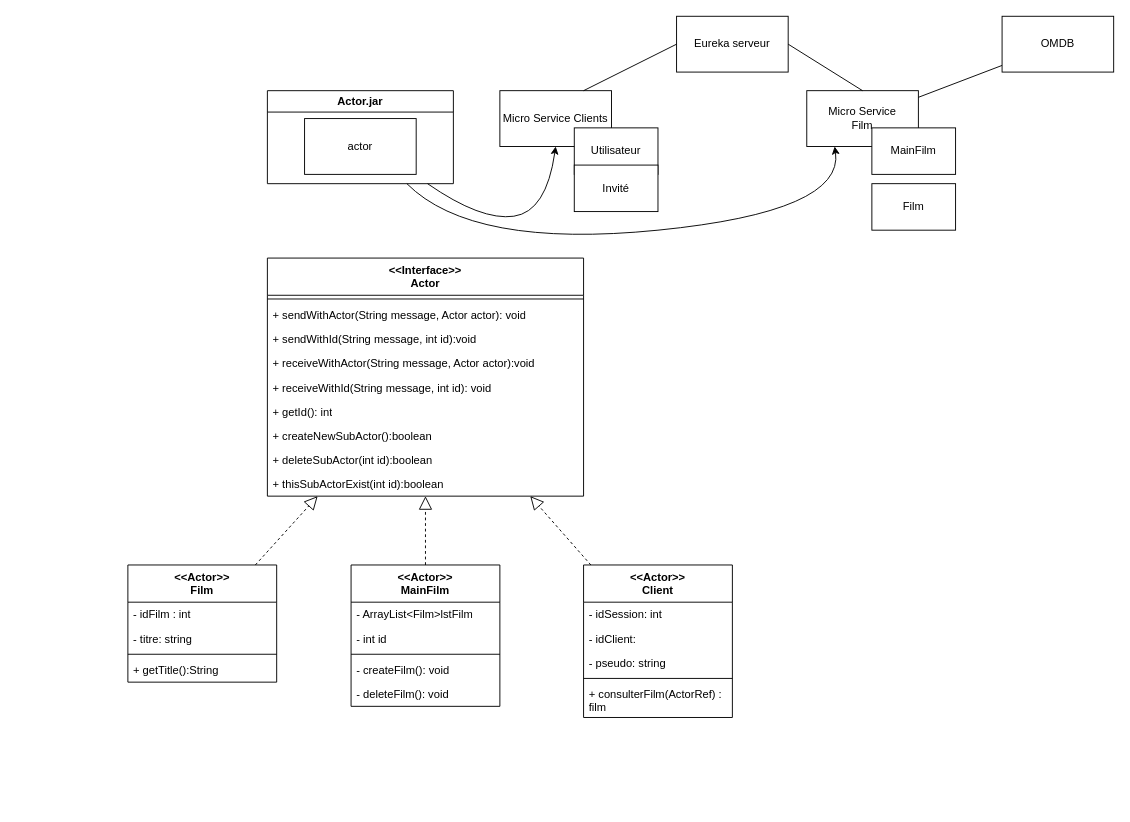
Earlier version of the draw.io diagram documents/structure.drawio (Elgoogko/ProjetJEE). Source tidied: cells renumbered, new cells numbered last; positions are measured from the earlier drawing's top-left corner, leaving out a move shared by most shapes. Both pictures are drawn from the tidied source at 93%, with x=0, y=0 at pixel (127, 16).
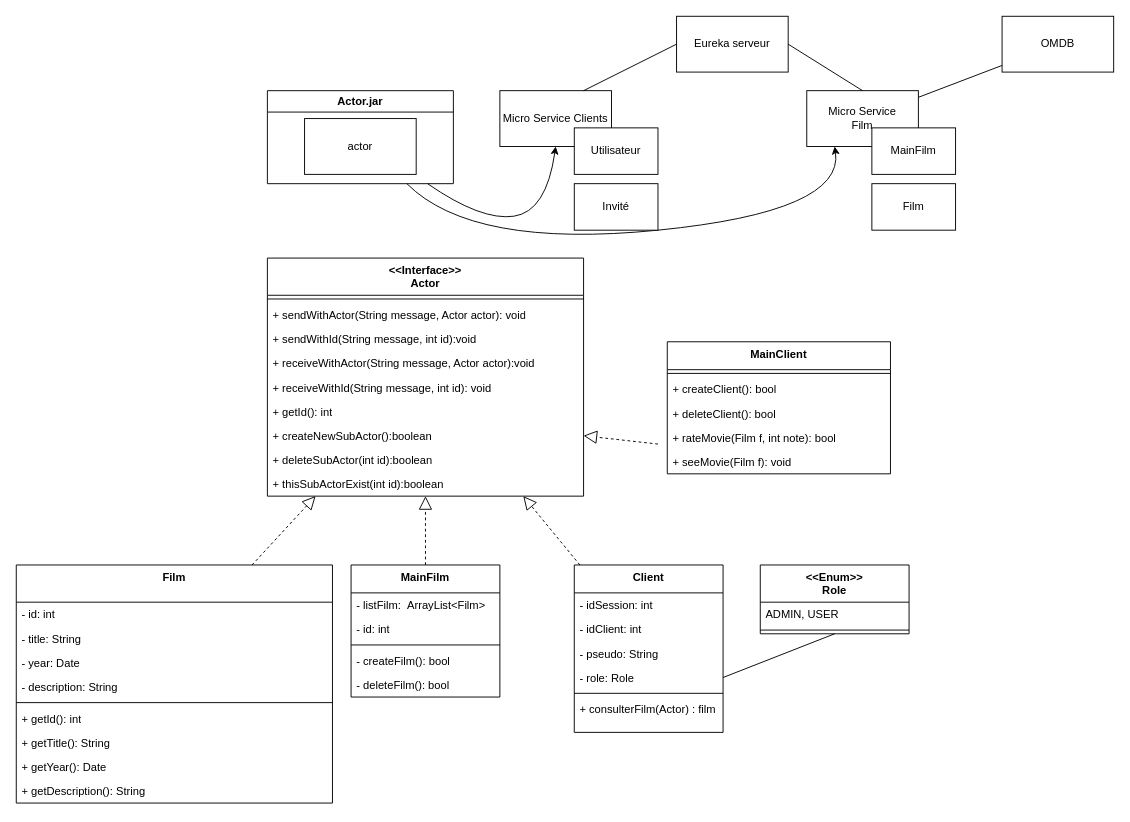
The same diagram, later.

Unchanged cells that the change refers to:
```xml
<mxCell id="13" value="&lt;div&gt;&amp;lt;&amp;lt;Interface&amp;gt;&amp;gt;&lt;/div&gt;Actor" style="swimlane;fontStyle=1;align=center;verticalAlign=top;horizontal=1;startSize=40;whiteSpace=wrap;html=1;" parent="1" vertex="1">
  <mxGeometry x="150" y="260" width="340" height="256" as="geometry" />
</mxCell>
<mxCell id="20" value="+ createNewSubActor():boolean" style="text;strokeColor=none;fillColor=none;align=left;verticalAlign=top;spacingLeft=4;spacingRight=4;overflow=hidden;points=[[0,0.5],[1,0.5]];portConstraint=eastwest;whiteSpace=wrap;html=1;" parent="13" vertex="1">
  <mxGeometry y="178" width="340" height="26" as="geometry" />
</mxCell>
```

What changed in the source:
```diff
@@
-    <mxCell id="19" value="+ getId(): int" style="text;strokeColor=none;fillColor=none;align=left;verticalAlign=top;spacingLeft=4;spacingRight=4;overflow=hidden;whiteSpace=wrap;html=1;" parent="13" vertex="1">
-      <mxGeometry y="152" width="340" height="26" as="geometry" />
-    </mxCell>
+    <mxCell id="47" value="+ getId(): int" style="text;strokeColor=none;fillColor=none;align=left;verticalAlign=top;spacingLeft=4;spacingRight=4;overflow=hidden;whiteSpace=wrap;html=1;" parent="13" vertex="1">
+      <mxGeometry y="152" width="340" height="26" as="geometry" />
+    </mxCell>
@@
-    <mxCell id="23" value="&lt;div&gt;&amp;lt;&amp;lt;Actor&amp;gt;&amp;gt;&lt;/div&gt;Client" style="swimlane;fontStyle=1;align=center;verticalAlign=top;horizontal=1;startSize=40;whiteSpace=wrap;html=1;" parent="1" vertex="1">
-      <mxGeometry x="490" y="590" width="160" height="164" as="geometry" />
-    </mxCell>
+    <mxCell id="48" value="&lt;div&gt;&lt;span style=&quot;background-color: transparent; color: light-dark(rgb(0, 0, 0), rgb(255, 255, 255));&quot;&gt;Client&lt;/span&gt;&lt;/div&gt;" style="swimlane;fontStyle=1;align=center;verticalAlign=top;horizontal=1;startSize=30;whiteSpace=wrap;html=1;" parent="1" vertex="1">
+      <mxGeometry x="480" y="590" width="160" height="180" as="geometry" />
+    </mxCell>
-    <mxCell id="24" value="- idSession: int" style="text;strokeColor=none;fillColor=none;align=left;verticalAlign=top;spacingLeft=4;spacingRight=4;overflow=hidden;whiteSpace=wrap;html=1;" parent="23" vertex="1">
-      <mxGeometry y="40" width="160" height="26" as="geometry" />
+    <mxCell id="24" value="- idSession: int" style="text;strokeColor=none;fillColor=none;align=left;verticalAlign=top;spacingLeft=4;spacingRight=4;overflow=hidden;whiteSpace=wrap;html=1;" parent="48" vertex="1">
+      <mxGeometry y="30" width="160" height="26" as="geometry" />
     </mxCell>
-    <mxCell id="25" value="- idClient:&amp;nbsp;" style="text;strokeColor=none;fillColor=none;align=left;verticalAlign=top;spacingLeft=4;spacingRight=4;overflow=hidden;whiteSpace=wrap;html=1;" parent="23" vertex="1">
-      <mxGeometry y="66" width="160" height="26" as="geometry" />
-    </mxCell>
-    <mxCell id="26" value="- pseudo: string" style="text;strokeColor=none;fillColor=none;align=left;verticalAlign=top;spacingLeft=4;spacingRight=4;overflow=hidden;whiteSpace=wrap;html=1;" parent="23" vertex="1">
-      <mxGeometry y="92" width="160" height="26" as="geometry" />
-    </mxCell>
-    <mxCell id="27" style="line;strokeWidth=1;fillColor=none;align=left;verticalAlign=middle;spacingTop=-1;spacingLeft=3;spacingRight=3;labelPosition=right;strokeColor=inherit;" parent="23" vertex="1">
-      <mxGeometry y="118" width="160" height="8" as="geometry" />
-    </mxCell>
-    <mxCell id="28" value="+ consulterFilm(ActorRef) : film" style="text;strokeColor=none;fillColor=none;align=left;verticalAlign=top;spacingLeft=4;spacingRight=4;overflow=hidden;whiteSpace=wrap;html=1;" parent="23" vertex="1">
-      <mxGeometry y="126" width="160" height="38" as="geometry" />
-    </mxCell>
-    <mxCell id="29" style="endArrow=block;dashed=1;endFill=0;endSize=12;html=1;" parent="1" edge="1" source="23" target="13">
-      <mxGeometry relative="1" as="geometry" />
-    </mxCell>
-    <mxCell id="30" value="&lt;div&gt;&amp;lt;&amp;lt;Actor&amp;gt;&amp;gt;&lt;/div&gt;MainFilm" style="swimlane;fontStyle=1;align=center;verticalAlign=top;horizontal=1;startSize=40;whiteSpace=wrap;html=1;" parent="1" vertex="1">
-      <mxGeometry x="240" y="590" width="160" height="152" as="geometry" />
-    </mxCell>
-    <mxCell id="31" value="- ArrayList&amp;lt;Film&amp;gt;lstFilm" style="text;strokeColor=none;fillColor=none;align=left;verticalAlign=top;spacingLeft=4;spacingRight=4;overflow=hidden;whiteSpace=wrap;html=1;" parent="30" vertex="1">
-      <mxGeometry y="40" width="160" height="26" as="geometry" />
-    </mxCell>
-    <mxCell id="32" value="- int id" style="text;strokeColor=none;fillColor=none;align=left;verticalAlign=top;spacingLeft=4;spacingRight=4;overflow=hidden;whiteSpace=wrap;html=1;" parent="30" vertex="1">
-      <mxGeometry y="66" width="160" height="26" as="geometry" />
-    </mxCell>
-    <mxCell id="33" style="line;strokeWidth=1;fillColor=none;align=left;verticalAlign=middle;spacingTop=-1;spacingLeft=3;spacingRight=3;labelPosition=right;strokeColor=inherit;" parent="30" vertex="1">
-      <mxGeometry y="92" width="160" height="8" as="geometry" />
-    </mxCell>
-    <mxCell id="34" value="- createFilm(): void" style="text;strokeColor=none;fillColor=none;align=left;verticalAlign=top;spacingLeft=4;spacingRight=4;overflow=hidden;whiteSpace=wrap;html=1;" parent="30" vertex="1">
-      <mxGeometry y="100" width="160" height="26" as="geometry" />
-    </mxCell>
-    <mxCell id="35" value="- deleteFilm(): void" style="text;strokeColor=none;fillColor=none;align=left;verticalAlign=top;spacingLeft=4;spacingRight=4;overflow=hidden;whiteSpace=wrap;html=1;" parent="30" vertex="1">
-      <mxGeometry y="126" width="160" height="26" as="geometry" />
-    </mxCell>
-    <mxCell id="36" style="endArrow=block;dashed=1;endFill=0;endSize=12;html=1;" parent="1" edge="1" source="30" target="13">
-      <mxGeometry relative="1" as="geometry" />
-    </mxCell>
-    <mxCell id="37" value="&lt;div&gt;&amp;lt;&amp;lt;Actor&amp;gt;&amp;gt;&lt;/div&gt;Film" style="swimlane;fontStyle=1;align=center;verticalAlign=top;horizontal=1;startSize=40;whiteSpace=wrap;html=1;" parent="1" vertex="1">
-      <mxGeometry y="590" width="160" height="126" as="geometry" />
-    </mxCell>
-    <mxCell id="38" value="- idFilm : int" style="text;strokeColor=none;fillColor=none;align=left;verticalAlign=top;spacingLeft=4;spacingRight=4;overflow=hidden;whiteSpace=wrap;html=1;" parent="37" vertex="1">
-      <mxGeometry y="40" width="160" height="26" as="geometry" />
-    </mxCell>
-    <mxCell id="39" value="- titre: string" style="text;strokeColor=none;fillColor=none;align=left;verticalAlign=top;spacingLeft=4;spacingRight=4;overflow=hidden;whiteSpace=wrap;html=1;" parent="37" vertex="1">
-      <mxGeometry y="66" width="160" height="26" as="geometry" />
-    </mxCell>
-    <mxCell id="40" style="line;strokeWidth=1;fillColor=none;align=left;verticalAlign=middle;spacingTop=-1;spacingLeft=3;spacingRight=3;labelPosition=right;strokeColor=inherit;" parent="37" vertex="1">
-      <mxGeometry y="92" width="160" height="8" as="geometry" />
-    </mxCell>
-    <mxCell id="41" value="+ getTitle():String" style="text;strokeColor=none;fillColor=none;align=left;verticalAlign=top;spacingLeft=4;spacingRight=4;overflow=hidden;whiteSpace=wrap;html=1;" parent="37" vertex="1">
-      <mxGeometry y="100" width="160" height="26" as="geometry" />
-    </mxCell>
-    <mxCell id="42" style="endArrow=block;dashed=1;endFill=0;endSize=12;html=1;" parent="1" edge="1" source="37" target="13">
-      <mxGeometry relative="1" as="geometry" />
-    </mxCell>
+    <mxCell id="49" value="- idClient: int" style="text;strokeColor=none;fillColor=none;align=left;verticalAlign=top;spacingLeft=4;spacingRight=4;overflow=hidden;whiteSpace=wrap;html=1;" parent="48" vertex="1">
+      <mxGeometry y="56" width="160" height="26" as="geometry" />
+    </mxCell>
+    <mxCell id="50" value="- pseudo: String" style="text;strokeColor=none;fillColor=none;align=left;verticalAlign=top;spacingLeft=4;spacingRight=4;overflow=hidden;whiteSpace=wrap;html=1;" parent="48" vertex="1">
+      <mxGeometry y="82" width="160" height="26" as="geometry" />
+    </mxCell>
+    <mxCell id="51" value="- role: Role" style="text;strokeColor=none;fillColor=none;align=left;verticalAlign=top;spacingLeft=4;spacingRight=4;overflow=hidden;points=[[0,0.5],[1,0.5]];portConstraint=eastwest;whiteSpace=wrap;html=1;" parent="48" vertex="1">
+      <mxGeometry y="108" width="160" height="26" as="geometry" />
+    </mxCell>
+    <mxCell id="52" style="line;strokeWidth=1;fillColor=none;align=left;verticalAlign=middle;spacingTop=-1;spacingLeft=3;spacingRight=3;labelPosition=right;strokeColor=inherit;" parent="48" vertex="1">
+      <mxGeometry y="134" width="160" height="8" as="geometry" />
+    </mxCell>
+    <mxCell id="53" value="+ consulterFilm(Actor) : film" style="text;strokeColor=none;fillColor=none;align=left;verticalAlign=top;spacingLeft=4;spacingRight=4;overflow=hidden;whiteSpace=wrap;html=1;" parent="48" vertex="1">
+      <mxGeometry y="142" width="160" height="38" as="geometry" />
+    </mxCell>
+    <mxCell id="54" style="endArrow=block;dashed=1;endFill=0;endSize=12;html=1;" parent="1" edge="1" source="48" target="13">
+      <mxGeometry relative="1" as="geometry" />
+    </mxCell>
+    <mxCell id="55" value="&lt;div&gt;&lt;span style=&quot;background-color: transparent; color: light-dark(rgb(0, 0, 0), rgb(255, 255, 255));&quot;&gt;MainFilm&lt;/span&gt;&lt;/div&gt;" style="swimlane;fontStyle=1;align=center;verticalAlign=top;horizontal=1;startSize=30;whiteSpace=wrap;html=1;" parent="1" vertex="1">
+      <mxGeometry x="240" y="590" width="160" height="142" as="geometry" />
+    </mxCell>
+    <mxCell id="56" value="- listFilm:&amp;nbsp;&amp;nbsp;ArrayList&amp;lt;Film&amp;gt;&amp;nbsp;" style="text;strokeColor=none;fillColor=none;align=left;verticalAlign=top;spacingLeft=4;spacingRight=4;overflow=hidden;whiteSpace=wrap;html=1;" parent="55" vertex="1">
+      <mxGeometry y="30" width="160" height="26" as="geometry" />
+    </mxCell>
+    <mxCell id="57" value="- id: int" style="text;strokeColor=none;fillColor=none;align=left;verticalAlign=top;spacingLeft=4;spacingRight=4;overflow=hidden;whiteSpace=wrap;html=1;" parent="55" vertex="1">
+      <mxGeometry y="56" width="160" height="26" as="geometry" />
+    </mxCell>
+    <mxCell id="58" style="line;strokeWidth=1;fillColor=none;align=left;verticalAlign=middle;spacingTop=-1;spacingLeft=3;spacingRight=3;labelPosition=right;strokeColor=inherit;" parent="55" vertex="1">
+      <mxGeometry y="82" width="160" height="8" as="geometry" />
+    </mxCell>
+    <mxCell id="59" value="- createFilm(): bool" style="text;strokeColor=none;fillColor=none;align=left;verticalAlign=top;spacingLeft=4;spacingRight=4;overflow=hidden;whiteSpace=wrap;html=1;" parent="55" vertex="1">
+      <mxGeometry y="90" width="160" height="26" as="geometry" />
+    </mxCell>
+    <mxCell id="60" value="- deleteFilm(): bool" style="text;strokeColor=none;fillColor=none;align=left;verticalAlign=top;spacingLeft=4;spacingRight=4;overflow=hidden;whiteSpace=wrap;html=1;" parent="55" vertex="1">
+      <mxGeometry y="116" width="160" height="26" as="geometry" />
+    </mxCell>
+    <mxCell id="61" style="endArrow=block;dashed=1;endFill=0;endSize=12;html=1;" parent="1" edge="1" source="55" target="13">
+      <mxGeometry relative="1" as="geometry" />
+    </mxCell>
+    <mxCell id="62" style="endArrow=block;dashed=1;endFill=0;endSize=12;html=1;" parent="1" edge="1" target="13">
+      <mxGeometry relative="1" as="geometry">
+        <mxPoint x="133.5" y="590" as="sourcePoint" />
+      </mxGeometry>
+    </mxCell>
@@
     <mxCell id="46" value="Invité" style="rounded=0;whiteSpace=wrap;html=1;" parent="1" vertex="1">
-      <mxGeometry x="480" y="160" width="90" height="50" as="geometry" />
+      <mxGeometry x="480" y="180" width="90" height="50" as="geometry" />
     </mxCell>
+    <mxCell id="63" value="&lt;div&gt;&amp;lt;&amp;lt;Enum&amp;gt;&amp;gt;&lt;/div&gt;Role" style="swimlane;fontStyle=1;align=center;verticalAlign=top;horizontal=1;startSize=40;whiteSpace=wrap;html=1;" parent="1" vertex="1">
+      <mxGeometry x="680" y="590" width="160" height="74" as="geometry" />
+    </mxCell>
+    <mxCell id="64" value="ADMIN, USER&lt;div&gt;&lt;br&gt;&lt;/div&gt;" style="text;strokeColor=none;fillColor=none;align=left;verticalAlign=top;spacingLeft=4;spacingRight=4;overflow=hidden;whiteSpace=wrap;html=1;" parent="63" vertex="1">
+      <mxGeometry y="40" width="160" height="26" as="geometry" />
+    </mxCell>
+    <mxCell id="65" style="line;strokeWidth=1;fillColor=none;align=left;verticalAlign=middle;spacingTop=-1;spacingLeft=3;spacingRight=3;labelPosition=right;strokeColor=inherit;" parent="63" vertex="1">
+      <mxGeometry y="66" width="160" height="8" as="geometry" />
+    </mxCell>
+    <mxCell id="66" value="&lt;div&gt;&lt;span style=&quot;background-color: transparent; color: light-dark(rgb(0, 0, 0), rgb(255, 255, 255));&quot;&gt;Film&lt;/span&gt;&lt;/div&gt;" style="swimlane;fontStyle=1;align=center;verticalAlign=top;horizontal=1;startSize=40;whiteSpace=wrap;html=1;" parent="1" vertex="1">
+      <mxGeometry x="-120" y="590" width="340" height="256" as="geometry" />
+    </mxCell>
+    <mxCell id="67" value="- id: int" style="text;strokeColor=none;fillColor=none;align=left;verticalAlign=top;spacingLeft=4;spacingRight=4;overflow=hidden;whiteSpace=wrap;html=1;" parent="66" vertex="1">
+      <mxGeometry y="40" width="340" height="26" as="geometry" />
+    </mxCell>
+    <mxCell id="68" value="&lt;div&gt;- title: String&lt;/div&gt;" style="text;strokeColor=none;fillColor=none;align=left;verticalAlign=top;spacingLeft=4;spacingRight=4;overflow=hidden;whiteSpace=wrap;html=1;" parent="66" vertex="1">
+      <mxGeometry y="66" width="340" height="26" as="geometry" />
+    </mxCell>
+    <mxCell id="69" value="- year: Date" style="text;strokeColor=none;fillColor=none;align=left;verticalAlign=top;spacingLeft=4;spacingRight=4;overflow=hidden;whiteSpace=wrap;html=1;" parent="66" vertex="1">
+      <mxGeometry y="92" width="340" height="26" as="geometry" />
+    </mxCell>
+    <mxCell id="70" value="- description: String" style="text;strokeColor=none;fillColor=none;align=left;verticalAlign=top;spacingLeft=4;spacingRight=4;overflow=hidden;whiteSpace=wrap;html=1;" parent="66" vertex="1">
+      <mxGeometry y="118" width="340" height="26" as="geometry" />
+    </mxCell>
+    <mxCell id="71" style="line;strokeWidth=1;fillColor=none;align=left;verticalAlign=middle;spacingTop=-1;spacingLeft=3;spacingRight=3;labelPosition=right;strokeColor=inherit;" parent="66" vertex="1">
+      <mxGeometry y="144" width="340" height="8" as="geometry" />
+    </mxCell>
+    <mxCell id="72" value="+ getId(): int" style="text;strokeColor=none;fillColor=none;align=left;verticalAlign=top;spacingLeft=4;spacingRight=4;overflow=hidden;whiteSpace=wrap;html=1;" parent="66" vertex="1">
+      <mxGeometry y="152" width="340" height="26" as="geometry" />
+    </mxCell>
+    <mxCell id="73" value="+ getTitle(): String" style="text;strokeColor=none;fillColor=none;align=left;verticalAlign=top;spacingLeft=4;spacingRight=4;overflow=hidden;whiteSpace=wrap;html=1;" parent="66" vertex="1">
+      <mxGeometry y="178" width="340" height="26" as="geometry" />
+    </mxCell>
+    <mxCell id="74" value="+ getYear(): Date&lt;div&gt;&lt;br&gt;&lt;/div&gt;" style="text;strokeColor=none;fillColor=none;align=left;verticalAlign=top;spacingLeft=4;spacingRight=4;overflow=hidden;whiteSpace=wrap;html=1;" parent="66" vertex="1">
+      <mxGeometry y="204" width="340" height="26" as="geometry" />
+    </mxCell>
+    <mxCell id="75" value="+ getDescription(): String" style="text;strokeColor=none;fillColor=none;align=left;verticalAlign=top;spacingLeft=4;spacingRight=4;overflow=hidden;whiteSpace=wrap;html=1;" parent="66" vertex="1">
+      <mxGeometry y="230" width="340" height="26" as="geometry" />
+    </mxCell>
+    <mxCell id="76" value="MainClient" style="swimlane;fontStyle=1;align=center;verticalAlign=top;horizontal=1;startSize=30;whiteSpace=wrap;html=1;" parent="1" vertex="1">
+      <mxGeometry x="580" y="350" width="240" height="142" as="geometry" />
+    </mxCell>
+    <mxCell id="77" style="line;strokeWidth=1;fillColor=none;align=left;verticalAlign=middle;spacingTop=-1;spacingLeft=3;spacingRight=3;labelPosition=right;strokeColor=inherit;" parent="76" vertex="1">
+      <mxGeometry y="30" width="240" height="8" as="geometry" />
+    </mxCell>
+    <mxCell id="78" value="+ createClient(): bool" style="text;strokeColor=none;fillColor=none;align=left;verticalAlign=top;spacingLeft=4;spacingRight=4;overflow=hidden;whiteSpace=wrap;html=1;" parent="76" vertex="1">
+      <mxGeometry y="38" width="240" height="26" as="geometry" />
+    </mxCell>
+    <mxCell id="79" value="+ deleteClient(): bool" style="text;strokeColor=none;fillColor=none;align=left;verticalAlign=top;spacingLeft=4;spacingRight=4;overflow=hidden;whiteSpace=wrap;html=1;" parent="76" vertex="1">
+      <mxGeometry y="64" width="240" height="26" as="geometry" />
+    </mxCell>
+    <mxCell id="80" value="+ rateMovie(Film f, int note): bool" style="text;strokeColor=none;fillColor=none;align=left;verticalAlign=top;spacingLeft=4;spacingRight=4;overflow=hidden;whiteSpace=wrap;html=1;" parent="76" vertex="1">
+      <mxGeometry y="90" width="240" height="26" as="geometry" />
+    </mxCell>
+    <mxCell id="81" value="+ seeMovie(Film f): void" style="text;strokeColor=none;fillColor=none;align=left;verticalAlign=top;spacingLeft=4;spacingRight=4;overflow=hidden;whiteSpace=wrap;html=1;" parent="76" vertex="1">
+      <mxGeometry y="116" width="240" height="26" as="geometry" />
+    </mxCell>
+    <mxCell id="82" style="endArrow=block;dashed=1;endFill=0;endSize=12;html=1;entryX=1;entryY=0.5;entryDx=0;entryDy=0;" parent="1" edge="1" target="20">
+      <mxGeometry relative="1" as="geometry">
+        <mxPoint x="570" y="460" as="sourcePoint" />
+      </mxGeometry>
+    </mxCell>
+    <mxCell id="83" style="endArrow=none;html=1;rounded=0;entryX=0.5;entryY=1;entryDx=0;entryDy=0;exitX=1;exitY=0.5;exitDx=0;exitDy=0;" parent="1" edge="1" source="51" target="63">
+      <mxGeometry relative="1" as="geometry" />
+    </mxCell>
```
